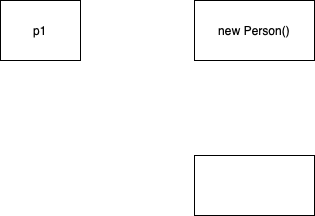
Stolorzs/Picgo keeps this draw.io diagram as drawio/White.png. Above is the earlier version. Source tidied: cells renumbered, new cells last; positions are measured from the earlier drawing's top-left corner, leaving out a move shared by most shapes. The source it was exported from:
```xml
<mxGraphModel>
  <root>
    <mxCell id="0" />
    <mxCell id="1" parent="0" />
    <mxCell id="2" value="p1" style="rounded=0;whiteSpace=wrap;html=1;" parent="1" vertex="1">
      <mxGeometry width="80" height="60" as="geometry" />
    </mxCell>
    <mxCell id="3" value="new Person()" style="whiteSpace=wrap;html=1;" parent="1" vertex="1">
      <mxGeometry x="194" width="120" height="60" as="geometry" />
    </mxCell>
    <mxCell id="4" style="whiteSpace=wrap;html=1;" parent="1" vertex="1">
      <mxGeometry x="194" y="155" width="120" height="60" as="geometry" />
    </mxCell>
  </root>
</mxGraphModel>
```
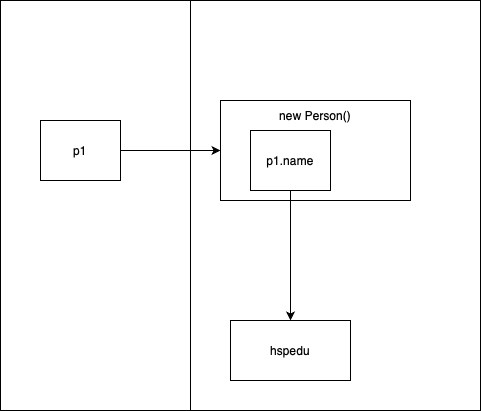
Above is the later version.

Diff of the diagram source:
```diff
@@ -2,14 +2,29 @@
   <root>
     <mxCell id="0" />
     <mxCell id="1" parent="0" />
+    <mxCell id="5" style="rounded=0;whiteSpace=wrap;html=1;" parent="1" vertex="1">
+      <mxGeometry x="-50" y="-140" width="480" height="410" as="geometry" />
+    </mxCell>
+    <mxCell id="6" style="rounded=0;whiteSpace=wrap;html=1;" parent="1" vertex="1">
+      <mxGeometry x="-50" y="-140" width="190" height="410" as="geometry" />
+    </mxCell>
+    <mxCell id="7" style="edgeStyle=orthogonalEdgeStyle;rounded=0;jettySize=auto;html=1;entryX=0;entryY=0.5;entryDx=0;entryDy=0;" parent="1" edge="1" source="2" target="3">
+      <mxGeometry relative="1" as="geometry" />
+    </mxCell>
     <mxCell id="2" value="p1" style="rounded=0;whiteSpace=wrap;html=1;" parent="1" vertex="1">
-      <mxGeometry width="80" height="60" as="geometry" />
+      <mxGeometry x="-10" y="-20" width="80" height="60" as="geometry" />
     </mxCell>
-    <mxCell id="3" value="new Person()" style="whiteSpace=wrap;html=1;" parent="1" vertex="1">
-      <mxGeometry x="194" width="120" height="60" as="geometry" />
+    <mxCell id="3" value="new Person()&lt;div&gt;&lt;br&gt;&lt;/div&gt;&lt;div&gt;&lt;br&gt;&lt;/div&gt;&lt;div&gt;&lt;br&gt;&lt;/div&gt;&lt;div&gt;&lt;br&gt;&lt;/div&gt;&lt;div&gt;&lt;br&gt;&lt;/div&gt;" style="whiteSpace=wrap;html=1;" parent="1" vertex="1">
+      <mxGeometry x="170" y="-40" width="190" height="100" as="geometry" />
     </mxCell>
-    <mxCell id="4" style="whiteSpace=wrap;html=1;" parent="1" vertex="1">
-      <mxGeometry x="194" y="155" width="120" height="60" as="geometry" />
+    <mxCell id="4" value="hspedu" style="whiteSpace=wrap;html=1;" parent="1" vertex="1">
+      <mxGeometry x="180" y="180" width="120" height="60" as="geometry" />
     </mxCell>
+    <mxCell id="8" style="edgeStyle=orthogonalEdgeStyle;rounded=0;jettySize=auto;html=1;" parent="1" edge="1" source="9" target="4">
+      <mxGeometry relative="1" as="geometry" />
+    </mxCell>
+    <mxCell id="9" value="p1.name" style="rounded=0;whiteSpace=wrap;html=1;" parent="1" vertex="1">
+      <mxGeometry x="200" y="-10" width="80" height="60" as="geometry" />
+    </mxCell>
   </root>
 </mxGraphModel>
```
